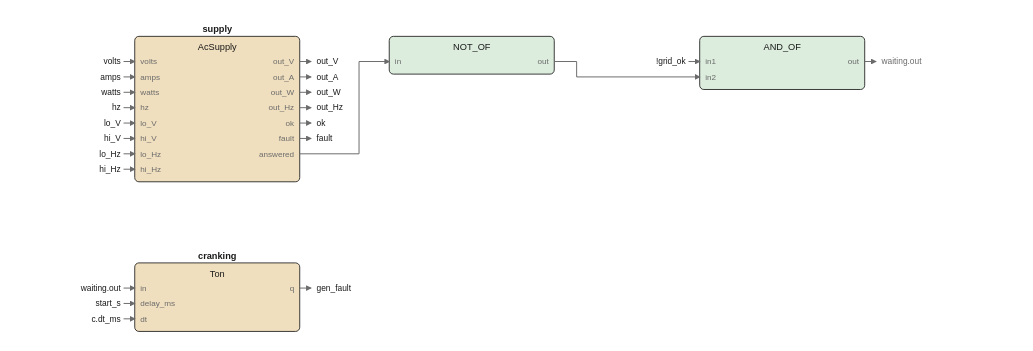
Above: images/logic/ac_local_watch_fbd.drawio.svg in pstch/botanik2 (draw.io), before the change. Source tidied: cells renumbered, new cells last; positions are measured from the earlier drawing's top-left corner, leaving out a move shared by most shapes.
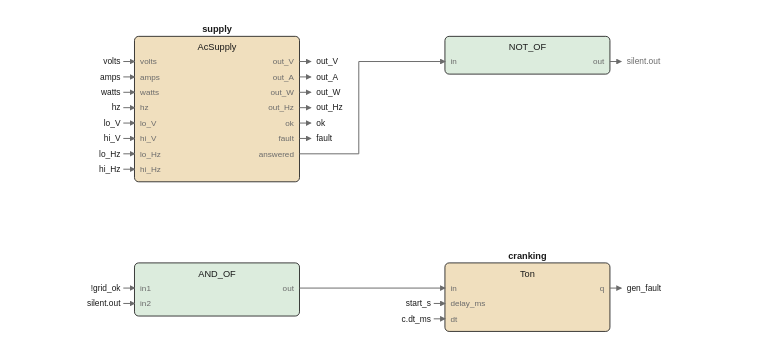
The same file after the commit.

What changed in the source:
```diff
@@ -57,52 +57,52 @@
       <mxGeometry x="124" y="90.2" width="40" height="9.8" as="geometry" />
     </mxCell>
     <mxCell id="20" style="rounded=1;fillColor=#dcecdd;strokeColor=#1a1a1a;whiteSpace=wrap;html=1;fontSize=8;" parent="1" vertex="1">
-      <mxGeometry x="192" y="10" width="118" height="27" as="geometry" />
+      <mxGeometry x="232" y="10" width="118" height="27" as="geometry" />
     </mxCell>
     <mxCell id="21" value="NOT_OF" style="text;html=1;fontSize=6;fontColor=#1a1a1a;align=center;" parent="1" vertex="1">
-      <mxGeometry x="251" y="13.4" width="40" height="10.6" as="geometry" />
+      <mxGeometry x="291" y="13.4" width="40" height="10.6" as="geometry" />
     </mxCell>
     <mxCell id="22" value="in" style="text;html=1;fontSize=5;fontColor=#6b6b6b;align=left;" parent="1" vertex="1">
-      <mxGeometry x="196" y="24.2" width="40" height="9.8" as="geometry" />
+      <mxGeometry x="236" y="24.2" width="40" height="9.8" as="geometry" />
     </mxCell>
     <mxCell id="23" value="out" style="text;html=1;fontSize=5;fontColor=#6b6b6b;align=left;" parent="1" vertex="1">
-      <mxGeometry x="306" y="24.2" width="40" height="9.8" as="geometry" />
+      <mxGeometry x="346" y="24.2" width="40" height="9.8" as="geometry" />
     </mxCell>
     <mxCell id="24" style="rounded=1;fillColor=#dcecdd;strokeColor=#1a1a1a;whiteSpace=wrap;html=1;fontSize=8;" parent="1" vertex="1">
-      <mxGeometry x="414" y="10" width="118" height="38" as="geometry" />
+      <mxGeometry x="10" y="172" width="118" height="38" as="geometry" />
     </mxCell>
     <mxCell id="25" value="AND_OF" style="text;html=1;fontSize=6;fontColor=#1a1a1a;align=center;" parent="1" vertex="1">
-      <mxGeometry x="473" y="13.4" width="40" height="10.6" as="geometry" />
+      <mxGeometry x="69" y="175.4" width="40" height="10.6" as="geometry" />
     </mxCell>
     <mxCell id="26" value="in1" style="text;html=1;fontSize=5;fontColor=#6b6b6b;align=left;" parent="1" vertex="1">
-      <mxGeometry x="418" y="24.2" width="40" height="9.8" as="geometry" />
+      <mxGeometry x="14" y="186.2" width="40" height="9.8" as="geometry" />
     </mxCell>
     <mxCell id="27" value="in2" style="text;html=1;fontSize=5;fontColor=#6b6b6b;align=left;" parent="1" vertex="1">
-      <mxGeometry x="418" y="35.2" width="40" height="9.8" as="geometry" />
+      <mxGeometry x="14" y="197.2" width="40" height="9.8" as="geometry" />
     </mxCell>
     <mxCell id="28" value="out" style="text;html=1;fontSize=5;fontColor=#6b6b6b;align=left;" parent="1" vertex="1">
-      <mxGeometry x="528" y="24.2" width="40" height="9.8" as="geometry" />
+      <mxGeometry x="124" y="186.2" width="40" height="9.8" as="geometry" />
     </mxCell>
     <mxCell id="29" style="rounded=1;fillColor=#f0dfbe;strokeColor=#1a1a1a;whiteSpace=wrap;html=1;fontSize=8;" parent="1" vertex="1">
-      <mxGeometry x="10" y="172" width="118" height="49" as="geometry" />
+      <mxGeometry x="232" y="172" width="118" height="49" as="geometry" />
     </mxCell>
     <mxCell id="30" value="cranking" style="text;html=1;fontSize=6;fontColor=#1a1a1a;align=center;fontStyle=1;" parent="1" vertex="1">
-      <mxGeometry x="69" y="162.4" width="40" height="10.6" as="geometry" />
+      <mxGeometry x="291" y="162.4" width="40" height="10.6" as="geometry" />
     </mxCell>
     <mxCell id="31" value="Ton" style="text;html=1;fontSize=6;fontColor=#1a1a1a;align=center;" parent="1" vertex="1">
-      <mxGeometry x="69" y="175.4" width="40" height="10.6" as="geometry" />
+      <mxGeometry x="291" y="175.4" width="40" height="10.6" as="geometry" />
     </mxCell>
     <mxCell id="32" value="in" style="text;html=1;fontSize=5;fontColor=#6b6b6b;align=left;" parent="1" vertex="1">
-      <mxGeometry x="14" y="186.2" width="40" height="9.8" as="geometry" />
+      <mxGeometry x="236" y="186.2" width="40" height="9.8" as="geometry" />
     </mxCell>
     <mxCell id="33" value="delay_ms" style="text;html=1;fontSize=5;fontColor=#6b6b6b;align=left;" parent="1" vertex="1">
-      <mxGeometry x="14" y="197.2" width="40" height="9.8" as="geometry" />
+      <mxGeometry x="236" y="197.2" width="40" height="9.8" as="geometry" />
     </mxCell>
     <mxCell id="34" value="dt" style="text;html=1;fontSize=5;fontColor=#6b6b6b;align=left;" parent="1" vertex="1">
-      <mxGeometry x="14" y="208.2" width="40" height="9.8" as="geometry" />
+      <mxGeometry x="236" y="208.2" width="40" height="9.8" as="geometry" />
     </mxCell>
     <mxCell id="35" value="q" style="text;html=1;fontSize=5;fontColor=#6b6b6b;align=left;" parent="1" vertex="1">
-      <mxGeometry x="124" y="186.2" width="40" height="9.8" as="geometry" />
+      <mxGeometry x="346" y="186.2" width="40" height="9.8" as="geometry" />
     </mxCell>
     <mxCell id="36" style="edgeStyle=none;html=1;strokeColor=#6b6b6b;endArrow=block;" parent="1" edge="1">
       <mxGeometry relative="1" as="geometry">
@@ -160,26 +160,26 @@
     </mxCell>
     <mxCell id="48" style="edgeStyle=none;html=1;strokeColor=#6b6b6b;endArrow=block;" parent="1" edge="1">
       <mxGeometry relative="1" as="geometry">
-        <mxPoint x="128" y="190" as="sourcePoint" />
-        <mxPoint x="136" y="190" as="targetPoint" />
+        <mxPoint x="350" y="190" as="sourcePoint" />
+        <mxPoint x="358" y="190" as="targetPoint" />
       </mxGeometry>
     </mxCell>
     <mxCell id="49" value="gen_fault" style="text;html=1;fontSize=6;fontColor=#1a1a1a;align=left;" parent="1" vertex="1">
-      <mxGeometry x="140" y="186" width="45" height="10" as="geometry" />
+      <mxGeometry x="362" y="186" width="45" height="10" as="geometry" />
     </mxCell>
     <mxCell id="50" style="edgeStyle=none;html=1;strokeColor=#6b6b6b;endArrow=block;" parent="1" edge="1">
       <mxGeometry relative="1" as="geometry">
-        <mxPoint x="532" y="28" as="sourcePoint" />
-        <mxPoint x="540" y="28" as="targetPoint" />
+        <mxPoint x="350" y="28" as="sourcePoint" />
+        <mxPoint x="358" y="28" as="targetPoint" />
       </mxGeometry>
     </mxCell>
-    <mxCell id="51" value="waiting.out" style="text;html=1;fontSize=6;fontColor=#6b6b6b;align=left;" parent="1" vertex="1">
-      <mxGeometry x="544" y="24" width="55" height="10" as="geometry" />
+    <mxCell id="51" value="silent.out" style="text;html=1;fontSize=6;fontColor=#6b6b6b;align=left;" parent="1" vertex="1">
+      <mxGeometry x="362" y="24" width="50" height="10" as="geometry" />
     </mxCell>
     <mxCell id="52" style="edgeStyle=none;html=1;strokeColor=#6b6b6b;endArrow=block;" parent="1" edge="1">
       <mxGeometry relative="1" as="geometry">
         <mxPoint x="128" y="94" as="sourcePoint" />
-        <mxPoint x="192" y="28" as="targetPoint" />
+        <mxPoint x="232" y="28" as="targetPoint" />
         <Array as="points">
           <mxPoint x="170.4" y="94" />
           <mxPoint x="170.4" y="28" />
@@ -188,12 +188,8 @@
     </mxCell>
     <mxCell id="53" style="edgeStyle=none;html=1;strokeColor=#6b6b6b;endArrow=block;" parent="1" edge="1">
       <mxGeometry relative="1" as="geometry">
-        <mxPoint x="310" y="28" as="sourcePoint" />
-        <mxPoint x="414" y="39" as="targetPoint" />
-        <Array as="points">
-          <mxPoint x="326" y="28" />
-          <mxPoint x="326" y="39" />
-        </Array>
+        <mxPoint x="128" y="190" as="sourcePoint" />
+        <mxPoint x="232" y="190" as="targetPoint" />
       </mxGeometry>
     </mxCell>
     <mxCell id="54" value="volts" style="text;html=1;fontSize=6;fontColor=#1a1a1a;align=left;" parent="1" vertex="1">
@@ -269,39 +265,39 @@
       </mxGeometry>
     </mxCell>
     <mxCell id="70" value="!grid_ok" style="text;html=1;fontSize=6;fontColor=#1a1a1a;align=left;" parent="1" vertex="1">
-      <mxGeometry x="404" y="24" width="40" height="10" as="geometry" />
+      <mxGeometry y="186" width="40" height="10" as="geometry" />
     </mxCell>
     <mxCell id="71" style="edgeStyle=none;html=1;strokeColor=#6b6b6b;endArrow=block;" parent="1" edge="1">
       <mxGeometry relative="1" as="geometry">
-        <mxPoint x="406" y="28" as="sourcePoint" />
-        <mxPoint x="414" y="28" as="targetPoint" />
+        <mxPoint x="2" y="190" as="sourcePoint" />
+        <mxPoint x="10" y="190" as="targetPoint" />
       </mxGeometry>
     </mxCell>
-    <mxCell id="72" value="waiting.out" style="text;html=1;fontSize=6;fontColor=#1a1a1a;align=left;" parent="1" vertex="1">
-      <mxGeometry y="186" width="55" height="10" as="geometry" />
+    <mxCell id="72" value="silent.out" style="text;html=1;fontSize=6;fontColor=#1a1a1a;align=left;" parent="1" vertex="1">
+      <mxGeometry y="197" width="50" height="10" as="geometry" />
     </mxCell>
     <mxCell id="73" style="edgeStyle=none;html=1;strokeColor=#6b6b6b;endArrow=block;" parent="1" edge="1">
       <mxGeometry relative="1" as="geometry">
-        <mxPoint x="2" y="190" as="sourcePoint" />
-        <mxPoint x="10" y="190" as="targetPoint" />
+        <mxPoint x="2" y="201" as="sourcePoint" />
+        <mxPoint x="10" y="201" as="targetPoint" />
       </mxGeometry>
     </mxCell>
     <mxCell id="74" value="start_s" style="text;html=1;fontSize=6;fontColor=#1a1a1a;align=left;" parent="1" vertex="1">
-      <mxGeometry y="197" width="40" height="10" as="geometry" />
+      <mxGeometry x="222" y="197" width="40" height="10" as="geometry" />
     </mxCell>
     <mxCell id="75" style="edgeStyle=none;html=1;strokeColor=#6b6b6b;endArrow=block;" parent="1" edge="1">
       <mxGeometry relative="1" as="geometry">
-        <mxPoint x="2" y="201" as="sourcePoint" />
-        <mxPoint x="10" y="201" as="targetPoint" />
+        <mxPoint x="224" y="201" as="sourcePoint" />
+        <mxPoint x="232" y="201" as="targetPoint" />
       </mxGeometry>
     </mxCell>
     <mxCell id="76" value="c.dt_ms" style="text;html=1;fontSize=6;fontColor=#1a1a1a;align=left;" parent="1" vertex="1">
-      <mxGeometry y="208" width="40" height="10" as="geometry" />
+      <mxGeometry x="222" y="208" width="40" height="10" as="geometry" />
     </mxCell>
     <mxCell id="77" style="edgeStyle=none;html=1;strokeColor=#6b6b6b;endArrow=block;" parent="1" edge="1">
       <mxGeometry relative="1" as="geometry">
-        <mxPoint x="2" y="212" as="sourcePoint" />
-        <mxPoint x="10" y="212" as="targetPoint" />
+        <mxPoint x="224" y="212" as="sourcePoint" />
+        <mxPoint x="232" y="212" as="targetPoint" />
       </mxGeometry>
     </mxCell>
   </root>
```
